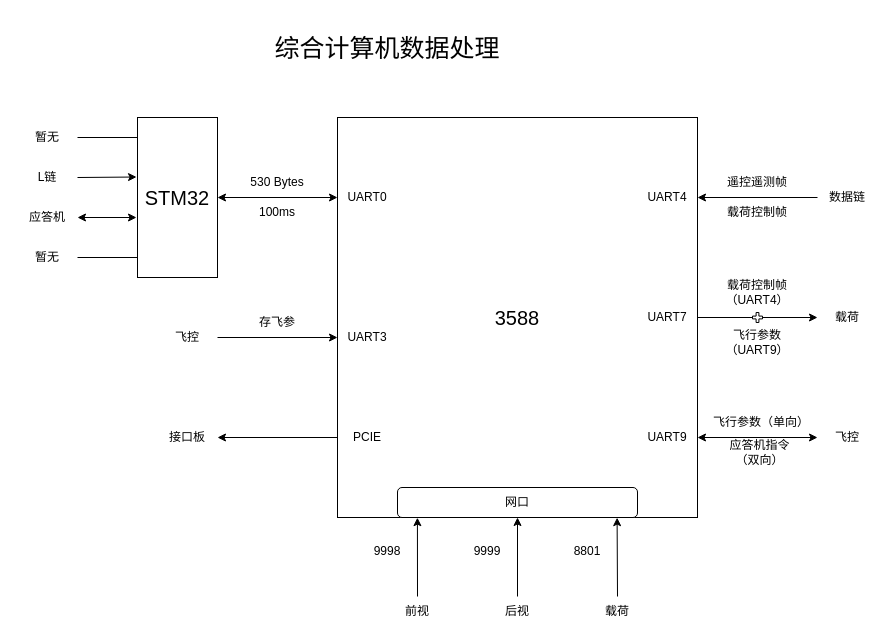
Before: 数据流向.drawio in SCERush/drawio, a draw.io diagram. Source tidied: cells renumbered, new cells numbered last; positions are measured from the earlier drawing's top-left corner, leaving out a move shared by most shapes. Both pictures are drawn from the tidied source at 100%, with x=0, y=0 at pixel (17, 17).
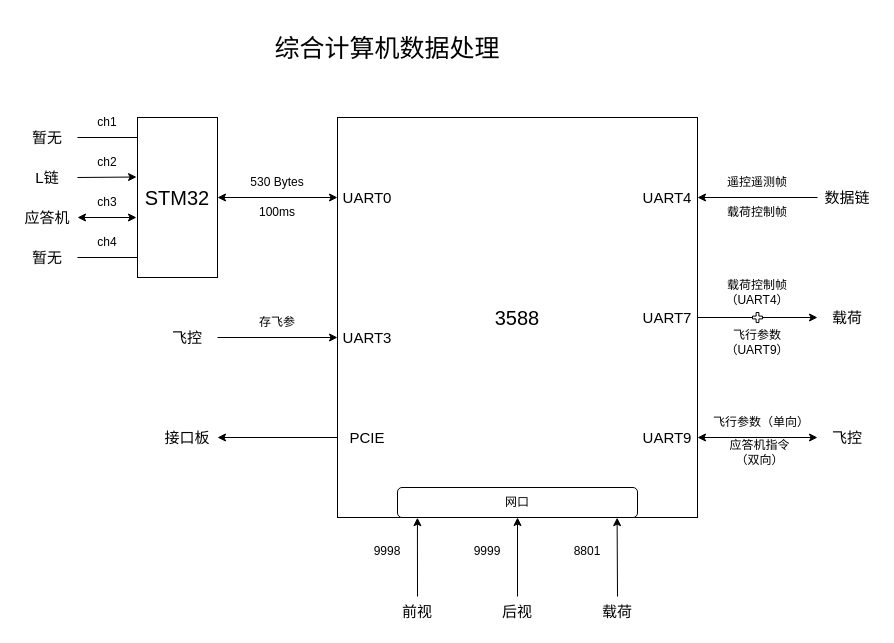
Above is the later version.

Commit message:
更新数据流向.drawio

The edit, as a diff of the source:
```diff
@@
-    <mxCell id="8" value="暂无" style="text;html=1;whiteSpace=wrap;strokeColor=none;fillColor=none;align=center;verticalAlign=middle;rounded=0;" parent="1" vertex="1">
+    <mxCell id="8" value="暂无" style="text;html=1;whiteSpace=wrap;strokeColor=none;fillColor=none;align=center;verticalAlign=middle;rounded=0;fontSize=15;" parent="1" vertex="1">
       <mxGeometry y="100" width="60" height="40" as="geometry" />
     </mxCell>
-    <mxCell id="9" value="L链" style="text;html=1;whiteSpace=wrap;strokeColor=none;fillColor=none;align=center;verticalAlign=middle;rounded=0;" parent="1" vertex="1">
+    <mxCell id="9" value="L链" style="text;html=1;whiteSpace=wrap;strokeColor=none;fillColor=none;align=center;verticalAlign=middle;rounded=0;fontSize=15;" parent="1" vertex="1">
       <mxGeometry y="140" width="60" height="40" as="geometry" />
     </mxCell>
-    <mxCell id="10" value="应答机" style="text;html=1;whiteSpace=wrap;strokeColor=none;fillColor=none;align=center;verticalAlign=middle;rounded=0;" parent="1" vertex="1">
+    <mxCell id="10" value="应答机" style="text;html=1;whiteSpace=wrap;strokeColor=none;fillColor=none;align=center;verticalAlign=middle;rounded=0;fontSize=15;" parent="1" vertex="1">
       <mxGeometry y="180" width="60" height="40" as="geometry" />
     </mxCell>
-    <mxCell id="11" value="暂无" style="text;html=1;whiteSpace=wrap;strokeColor=none;fillColor=none;align=center;verticalAlign=middle;rounded=0;" parent="1" vertex="1">
+    <mxCell id="11" value="暂无" style="text;html=1;whiteSpace=wrap;strokeColor=none;fillColor=none;align=center;verticalAlign=middle;rounded=0;fontSize=15;" parent="1" vertex="1">
       <mxGeometry y="220" width="60" height="40" as="geometry" />
     </mxCell>
@@
-    <mxCell id="13" value="UART0" style="text;html=1;whiteSpace=wrap;strokeColor=none;fillColor=none;align=center;verticalAlign=middle;rounded=0;" parent="1" vertex="1">
+    <mxCell id="13" value="UART0" style="text;html=1;whiteSpace=wrap;strokeColor=none;fillColor=none;align=center;verticalAlign=middle;rounded=0;fontSize=15;" parent="1" vertex="1">
       <mxGeometry x="320" y="165" width="60" height="30" as="geometry" />
     </mxCell>
-    <mxCell id="14" value="530 Bytes" style="text;html=1;whiteSpace=wrap;strokeColor=none;fillColor=none;align=center;verticalAlign=middle;rounded=0;" parent="1" vertex="1">
+    <mxCell id="14" value="530 Bytes" style="text;html=1;whiteSpace=wrap;strokeColor=none;fillColor=none;align=center;verticalAlign=middle;rounded=0;fontSize=12;" parent="1" vertex="1">
       <mxGeometry x="230" y="150" width="60" height="30" as="geometry" />
     </mxCell>
-    <mxCell id="15" value="100ms" style="text;html=1;whiteSpace=wrap;strokeColor=none;fillColor=none;align=center;verticalAlign=middle;rounded=0;" parent="1" vertex="1">
+    <mxCell id="15" value="100ms" style="text;html=1;whiteSpace=wrap;strokeColor=none;fillColor=none;align=center;verticalAlign=middle;rounded=0;fontSize=12;" parent="1" vertex="1">
       <mxGeometry x="230" y="180" width="60" height="30" as="geometry" />
     </mxCell>
-    <mxCell id="16" value="飞控" style="text;html=1;whiteSpace=wrap;strokeColor=none;fillColor=none;align=center;verticalAlign=middle;rounded=0;" parent="1" vertex="1">
+    <mxCell id="16" value="飞控" style="text;html=1;whiteSpace=wrap;strokeColor=none;fillColor=none;align=center;verticalAlign=middle;rounded=0;fontSize=15;" parent="1" vertex="1">
       <mxGeometry x="140" y="300" width="60" height="40" as="geometry" />
     </mxCell>
@@
-    <mxCell id="19" value="UART3" style="text;html=1;whiteSpace=wrap;strokeColor=none;fillColor=none;align=center;verticalAlign=middle;rounded=0;" parent="1" vertex="1">
+    <mxCell id="19" value="UART3" style="text;html=1;whiteSpace=wrap;strokeColor=none;fillColor=none;align=center;verticalAlign=middle;rounded=0;fontSize=15;" parent="1" vertex="1">
       <mxGeometry x="320" y="305" width="60" height="30" as="geometry" />
     </mxCell>
@@
-    <mxCell id="21" value="接口板" style="text;html=1;whiteSpace=wrap;strokeColor=none;fillColor=none;align=center;verticalAlign=middle;rounded=0;" parent="1" vertex="1">
+    <mxCell id="21" value="接口板" style="text;html=1;whiteSpace=wrap;strokeColor=none;fillColor=none;align=center;verticalAlign=middle;rounded=0;fontSize=15;" parent="1" vertex="1">
       <mxGeometry x="140" y="400" width="60" height="40" as="geometry" />
     </mxCell>
-    <mxCell id="22" value="PCIE" style="text;html=1;whiteSpace=wrap;strokeColor=none;fillColor=none;align=center;verticalAlign=middle;rounded=0;" parent="1" vertex="1">
+    <mxCell id="22" value="PCIE" style="text;html=1;whiteSpace=wrap;strokeColor=none;fillColor=none;align=center;verticalAlign=middle;rounded=0;fontSize=15;" parent="1" vertex="1">
       <mxGeometry x="320" y="405" width="60" height="30" as="geometry" />
     </mxCell>
@@
-    <mxCell id="26" value="前视" style="text;html=1;whiteSpace=wrap;strokeColor=none;fillColor=none;align=center;verticalAlign=middle;rounded=0;" parent="1" vertex="1">
+    <mxCell id="26" value="前视" style="text;html=1;whiteSpace=wrap;strokeColor=none;fillColor=none;align=center;verticalAlign=middle;rounded=0;fontSize=15;" parent="1" vertex="1">
       <mxGeometry x="370" y="579" width="60" height="30" as="geometry" />
     </mxCell>
-    <mxCell id="27" value="后视" style="text;html=1;whiteSpace=wrap;strokeColor=none;fillColor=none;align=center;verticalAlign=middle;rounded=0;" parent="1" vertex="1">
+    <mxCell id="27" value="后视" style="text;html=1;whiteSpace=wrap;strokeColor=none;fillColor=none;align=center;verticalAlign=middle;rounded=0;fontSize=15;" parent="1" vertex="1">
       <mxGeometry x="470" y="579" width="60" height="30" as="geometry" />
     </mxCell>
-    <mxCell id="28" value="载荷" style="text;html=1;whiteSpace=wrap;strokeColor=none;fillColor=none;align=center;verticalAlign=middle;rounded=0;" parent="1" vertex="1">
+    <mxCell id="28" value="载荷" style="text;html=1;whiteSpace=wrap;strokeColor=none;fillColor=none;align=center;verticalAlign=middle;rounded=0;fontSize=15;" parent="1" vertex="1">
       <mxGeometry x="570" y="579" width="60" height="30" as="geometry" />
     </mxCell>
@@
-    <mxCell id="36" value="UART4" style="text;html=1;whiteSpace=wrap;strokeColor=none;fillColor=none;align=center;verticalAlign=middle;rounded=0;" parent="1" vertex="1">
+    <mxCell id="36" value="UART4" style="text;html=1;whiteSpace=wrap;strokeColor=none;fillColor=none;align=center;verticalAlign=middle;rounded=0;fontSize=15;" parent="1" vertex="1">
       <mxGeometry x="620" y="165" width="60" height="30" as="geometry" />
     </mxCell>
-    <mxCell id="37" value="UART7" style="text;html=1;whiteSpace=wrap;strokeColor=none;fillColor=none;align=center;verticalAlign=middle;rounded=0;" parent="1" vertex="1">
+    <mxCell id="37" value="UART7" style="text;html=1;whiteSpace=wrap;strokeColor=none;fillColor=none;align=center;verticalAlign=middle;rounded=0;fontSize=15;" parent="1" vertex="1">
       <mxGeometry x="620" y="285" width="60" height="30" as="geometry" />
     </mxCell>
-    <mxCell id="38" value="UART9" style="text;html=1;whiteSpace=wrap;strokeColor=none;fillColor=none;align=center;verticalAlign=middle;rounded=0;" parent="1" vertex="1">
+    <mxCell id="38" value="UART9" style="text;html=1;whiteSpace=wrap;strokeColor=none;fillColor=none;align=center;verticalAlign=middle;rounded=0;fontSize=15;" parent="1" vertex="1">
       <mxGeometry x="620" y="405" width="60" height="30" as="geometry" />
     </mxCell>
-    <mxCell id="39" value="数据链" style="text;html=1;whiteSpace=wrap;strokeColor=none;fillColor=none;align=center;verticalAlign=middle;rounded=0;" parent="1" vertex="1">
+    <mxCell id="39" value="数据链" style="text;html=1;whiteSpace=wrap;strokeColor=none;fillColor=none;align=center;verticalAlign=middle;rounded=0;fontSize=15;" parent="1" vertex="1">
       <mxGeometry x="800" y="160" width="60" height="40" as="geometry" />
     </mxCell>
@@
-    <mxCell id="44" value="飞控" style="text;html=1;whiteSpace=wrap;strokeColor=none;fillColor=none;align=center;verticalAlign=middle;rounded=0;" parent="1" vertex="1">
+    <mxCell id="44" value="飞控" style="text;html=1;whiteSpace=wrap;strokeColor=none;fillColor=none;align=center;verticalAlign=middle;rounded=0;fontSize=15;" parent="1" vertex="1">
       <mxGeometry x="800" y="400" width="60" height="40" as="geometry" />
     </mxCell>
-    <mxCell id="45" value="载荷" style="text;html=1;whiteSpace=wrap;strokeColor=none;fillColor=none;align=center;verticalAlign=middle;rounded=0;" parent="1" vertex="1">
+    <mxCell id="45" value="载荷" style="text;html=1;whiteSpace=wrap;strokeColor=none;fillColor=none;align=center;verticalAlign=middle;rounded=0;fontSize=15;" parent="1" vertex="1">
       <mxGeometry x="800" y="280" width="60" height="40" as="geometry" />
     </mxCell>
@@
+    <mxCell id="50" value="ch1" style="text;html=1;whiteSpace=wrap;strokeColor=none;fillColor=none;align=center;verticalAlign=middle;rounded=0;" parent="1" vertex="1">
+      <mxGeometry x="60" y="90" width="60" height="30" as="geometry" />
+    </mxCell>
+    <mxCell id="51" value="ch2" style="text;html=1;whiteSpace=wrap;strokeColor=none;fillColor=none;align=center;verticalAlign=middle;rounded=0;" parent="1" vertex="1">
+      <mxGeometry x="60" y="130" width="60" height="30" as="geometry" />
+    </mxCell>
+    <mxCell id="52" value="ch3" style="text;html=1;whiteSpace=wrap;strokeColor=none;fillColor=none;align=center;verticalAlign=middle;rounded=0;" parent="1" vertex="1">
+      <mxGeometry x="60" y="170" width="60" height="30" as="geometry" />
+    </mxCell>
+    <mxCell id="53" value="ch4" style="text;html=1;whiteSpace=wrap;strokeColor=none;fillColor=none;align=center;verticalAlign=middle;rounded=0;" parent="1" vertex="1">
+      <mxGeometry x="60" y="210" width="60" height="30" as="geometry" />
+    </mxCell>
```
